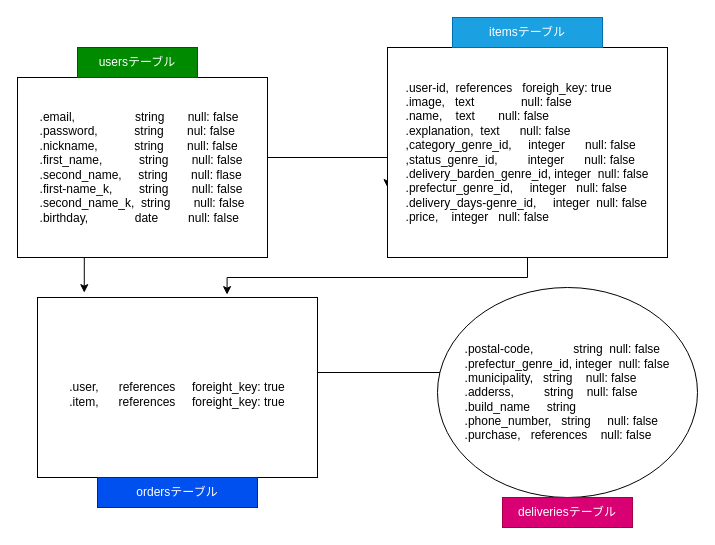
Before: furima.dio in okadahideya/furima-31743, a draw.io diagram. Source tidied: cells renumbered, new cells numbered last; positions are measured from the earlier drawing's top-left corner, leaving out a move shared by most shapes. Both pictures are drawn from the tidied source at 100%, with x=0, y=0 at pixel (17, 17).
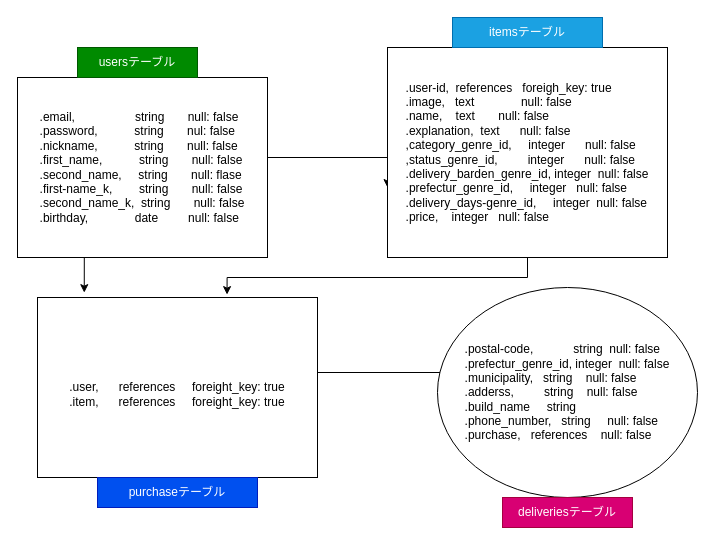
After the change.

What changed in the source:
```diff
@@
 <mxGraphModel>
   <root>
     <mxCell id="0" />
     <mxCell id="1" parent="0" />
     <mxCell id="2" style="edgeStyle=orthogonalEdgeStyle;rounded=0;jettySize=auto;html=1;exitX=1;exitY=0.5;exitDx=0;exitDy=0;entryX=0;entryY=0.667;entryDx=0;entryDy=0;entryPerimeter=0;" parent="1" edge="1" source="4" target="6">
       <mxGeometry relative="1" as="geometry">
         <Array as="points">
           <mxPoint x="250" y="140" />
         </Array>
       </mxGeometry>
     </mxCell>
     <mxCell id="3" style="edgeStyle=orthogonalEdgeStyle;rounded=0;jettySize=auto;html=1;exitX=0.25;exitY=1;exitDx=0;exitDy=0;entryX=0.167;entryY=-0.027;entryDx=0;entryDy=0;entryPerimeter=0;" parent="1" edge="1" source="4" target="8">
       <mxGeometry relative="1" as="geometry" />
     </mxCell>
     <mxCell id="4" value="&lt;div style=&quot;text-align: justify&quot;&gt;.email,&amp;nbsp; &amp;nbsp; &amp;nbsp; &amp;nbsp; &amp;nbsp; &amp;nbsp; &amp;nbsp; &amp;nbsp; &amp;nbsp; string&amp;nbsp; &amp;nbsp; &amp;nbsp; &amp;nbsp;null: false&lt;/div&gt;&lt;div style=&quot;text-align: justify&quot;&gt;&lt;span&gt;.password,&amp;nbsp; &amp;nbsp; &amp;nbsp; &amp;nbsp; &amp;nbsp; &amp;nbsp;string&amp;nbsp; &amp;nbsp; &amp;nbsp; &amp;nbsp;nul: false&lt;/span&gt;&lt;/div&gt;&lt;div style=&quot;text-align: justify&quot;&gt;&lt;span&gt;.nickname,&amp;nbsp; &amp;nbsp; &amp;nbsp; &amp;nbsp; &amp;nbsp; &amp;nbsp;string&amp;nbsp; &amp;nbsp; &amp;nbsp; &amp;nbsp;null: false&amp;nbsp;&lt;/span&gt;&lt;/div&gt;&lt;div style=&quot;text-align: justify&quot;&gt;&lt;span&gt;.first_name,&amp;nbsp; &amp;nbsp; &amp;nbsp; &amp;nbsp; &amp;nbsp; &amp;nbsp;string&amp;nbsp; &amp;nbsp; &amp;nbsp; &amp;nbsp;null: false&lt;/span&gt;&lt;/div&gt;&lt;div style=&quot;text-align: justify&quot;&gt;&lt;span&gt;.second_name,&amp;nbsp; &amp;nbsp; &amp;nbsp;string&amp;nbsp; &amp;nbsp; &amp;nbsp; &amp;nbsp;null: flase&lt;/span&gt;&lt;/div&gt;&lt;div style=&quot;text-align: justify&quot;&gt;&lt;span&gt;.first-name_k,&amp;nbsp; &amp;nbsp; &amp;nbsp; &amp;nbsp; string&amp;nbsp; &amp;nbsp; &amp;nbsp; &amp;nbsp;null: false&lt;/span&gt;&lt;/div&gt;&lt;div style=&quot;text-align: justify&quot;&gt;&lt;span&gt;.second_name_k,&amp;nbsp; string&amp;nbsp; &amp;nbsp; &amp;nbsp; &amp;nbsp;null: false&lt;/span&gt;&lt;/div&gt;&lt;div style=&quot;text-align: justify&quot;&gt;&lt;span&gt;.birthday,&amp;nbsp; &amp;nbsp; &amp;nbsp; &amp;nbsp; &amp;nbsp; &amp;nbsp; &amp;nbsp; date&amp;nbsp; &amp;nbsp; &amp;nbsp; &amp;nbsp; &amp;nbsp;null: false&lt;/span&gt;&lt;/div&gt;" style="whiteSpace=wrap;html=1;align=center;" parent="1" vertex="1">
       <mxGeometry y="60" width="250" height="180" as="geometry" />
     </mxCell>
     <mxCell id="5" style="edgeStyle=orthogonalEdgeStyle;rounded=0;jettySize=auto;html=1;exitX=0.5;exitY=1;exitDx=0;exitDy=0;entryX=0.677;entryY=-0.016;entryDx=0;entryDy=0;entryPerimeter=0;" parent="1" edge="1" source="6" target="8">
       <mxGeometry relative="1" as="geometry" />
     </mxCell>
     <mxCell id="6" value="&lt;blockquote style=&quot;margin: 0 0 0 40px ; border: none ; padding: 0px&quot;&gt;&lt;/blockquote&gt;&lt;span&gt;&lt;div style=&quot;text-align: justify&quot;&gt;&lt;span&gt;.user-id,&amp;nbsp; references&amp;nbsp; &amp;nbsp;foreigh_key: true&lt;/span&gt;&lt;/div&gt;&lt;/span&gt;&lt;blockquote style=&quot;margin: 0 0 0 40px ; border: none ; padding: 0px&quot;&gt;&lt;/blockquote&gt;&lt;span&gt;&lt;div style=&quot;text-align: justify&quot;&gt;&lt;span&gt;.image,&amp;nbsp; &amp;nbsp;text&amp;nbsp; &amp;nbsp; &amp;nbsp; &amp;nbsp; &amp;nbsp; &amp;nbsp; &amp;nbsp; null: false&lt;/span&gt;&lt;/div&gt;&lt;/span&gt;&lt;blockquote style=&quot;margin: 0 0 0 40px ; border: none ; padding: 0px&quot;&gt;&lt;/blockquote&gt;&lt;span&gt;&lt;div style=&quot;text-align: justify&quot;&gt;&lt;span&gt;.name,&amp;nbsp; &amp;nbsp; text&amp;nbsp; &amp;nbsp; &amp;nbsp; &amp;nbsp;null: false&lt;/span&gt;&lt;/div&gt;&lt;/span&gt;&lt;blockquote style=&quot;margin: 0 0 0 40px ; border: none ; padding: 0px&quot;&gt;&lt;/blockquote&gt;&lt;span&gt;&lt;div style=&quot;text-align: justify&quot;&gt;&lt;span&gt;.explanation,&amp;nbsp; text&amp;nbsp; &amp;nbsp; &amp;nbsp; null: false&lt;/span&gt;&lt;/div&gt;&lt;/span&gt;&lt;blockquote style=&quot;margin: 0 0 0 40px ; border: none ; padding: 0px&quot;&gt;&lt;/blockquote&gt;&lt;span&gt;&lt;div style=&quot;text-align: justify&quot;&gt;&lt;span&gt;,category_genre_id,&amp;nbsp; &amp;nbsp; &amp;nbsp;integer&amp;nbsp; &amp;nbsp; &amp;nbsp; null: false&lt;/span&gt;&lt;/div&gt;&lt;/span&gt;&lt;blockquote style=&quot;margin: 0 0 0 40px ; border: none ; padding: 0px&quot;&gt;&lt;/blockquote&gt;&lt;span&gt;&lt;div style=&quot;text-align: justify&quot;&gt;&lt;span&gt;,status_genre_id,&amp;nbsp; &amp;nbsp; &amp;nbsp; &amp;nbsp; &amp;nbsp;integer&amp;nbsp; &amp;nbsp; &amp;nbsp; null: false&lt;/span&gt;&lt;/div&gt;&lt;/span&gt;&lt;blockquote style=&quot;margin: 0 0 0 40px ; border: none ; padding: 0px&quot;&gt;&lt;/blockquote&gt;&lt;span&gt;&lt;div style=&quot;text-align: justify&quot;&gt;&lt;span&gt;.delivery_barden_genre_id, integer&amp;nbsp; null: false&lt;/span&gt;&lt;/div&gt;&lt;/span&gt;&lt;blockquote style=&quot;margin: 0 0 0 40px ; border: none ; padding: 0px&quot;&gt;&lt;/blockquote&gt;&lt;span&gt;&lt;div style=&quot;text-align: justify&quot;&gt;&lt;span&gt;.prefectur_genre_id,&amp;nbsp; &amp;nbsp; &amp;nbsp;integer&amp;nbsp; &amp;nbsp;null: false&lt;/span&gt;&lt;/div&gt;&lt;/span&gt;&lt;blockquote style=&quot;margin: 0 0 0 40px ; border: none ; padding: 0px&quot;&gt;&lt;/blockquote&gt;&lt;span&gt;&lt;div style=&quot;text-align: justify&quot;&gt;&lt;span&gt;.delivery_days-genre_id,&amp;nbsp; &amp;nbsp; &amp;nbsp;integer&amp;nbsp; null: false&lt;/span&gt;&lt;/div&gt;&lt;/span&gt;&lt;span&gt;&lt;div style=&quot;text-align: justify&quot;&gt;&lt;span&gt;.price,&amp;nbsp; &amp;nbsp; integer&amp;nbsp; &amp;nbsp;null: false&lt;/span&gt;&lt;/div&gt;&lt;/span&gt;" style="whiteSpace=wrap;html=1;" parent="1" vertex="1">
       <mxGeometry x="370" y="30" width="280" height="210" as="geometry" />
     </mxCell>
     <mxCell id="7" style="edgeStyle=orthogonalEdgeStyle;rounded=0;jettySize=auto;html=1;exitX=1;exitY=0.5;exitDx=0;exitDy=0;entryX=0;entryY=0.5;entryDx=0;entryDy=0;" parent="1" edge="1" source="8" target="9">
       <mxGeometry relative="1" as="geometry">
         <Array as="points">
           <mxPoint x="430" y="355" />
         </Array>
       </mxGeometry>
     </mxCell>
     <mxCell id="8" value="&lt;div style=&quot;text-align: justify&quot;&gt;&lt;br&gt;&lt;/div&gt;&lt;div style=&quot;text-align: justify&quot;&gt;&lt;span&gt;.user,&amp;nbsp; &amp;nbsp; &amp;nbsp; references&amp;nbsp; &amp;nbsp; &amp;nbsp;foreight_key: true&lt;/span&gt;&lt;/div&gt;&lt;div style=&quot;text-align: justify&quot;&gt;&lt;span&gt;.item,&amp;nbsp; &amp;nbsp; &amp;nbsp; references&amp;nbsp; &amp;nbsp; &amp;nbsp;foreight_key: true&lt;/span&gt;&lt;/div&gt;" style="whiteSpace=wrap;html=1;" parent="1" vertex="1">
       <mxGeometry x="20" y="280" width="280" height="180" as="geometry" />
     </mxCell>
     <mxCell id="9" value="&lt;div style=&quot;text-align: justify&quot;&gt;&lt;span&gt;.postal-code,&amp;nbsp; &amp;nbsp; &amp;nbsp; &amp;nbsp; &amp;nbsp; &amp;nbsp; string&amp;nbsp; null: false&lt;/span&gt;&lt;/div&gt;&lt;div style=&quot;text-align: justify&quot;&gt;&lt;span&gt;.prefectur_genre_id, integer&amp;nbsp; null: false&lt;/span&gt;&lt;/div&gt;&lt;div style=&quot;text-align: justify&quot;&gt;&lt;span&gt;.municipality,&amp;nbsp; &amp;nbsp;string&amp;nbsp; &amp;nbsp; null: false&lt;/span&gt;&lt;/div&gt;&lt;div style=&quot;text-align: justify&quot;&gt;&lt;span&gt;.adderss,&amp;nbsp; &amp;nbsp; &amp;nbsp; &amp;nbsp; &amp;nbsp;string&amp;nbsp; &amp;nbsp; null: false&lt;/span&gt;&lt;/div&gt;&lt;div style=&quot;text-align: justify&quot;&gt;&lt;span&gt;.build_name&amp;nbsp; &amp;nbsp; &amp;nbsp;string&lt;/span&gt;&lt;/div&gt;&lt;div style=&quot;text-align: justify&quot;&gt;&lt;span&gt;.phone_number,&amp;nbsp; &amp;nbsp;string&amp;nbsp; &amp;nbsp; &amp;nbsp;null: false&lt;/span&gt;&lt;/div&gt;&lt;div style=&quot;text-align: justify&quot;&gt;&lt;span&gt;.purchase,&amp;nbsp; &amp;nbsp;references&amp;nbsp; &amp;nbsp; null: false&lt;/span&gt;&lt;/div&gt;" style="ellipse;whiteSpace=wrap;html=1;" parent="1" vertex="1">
       <mxGeometry x="420" y="270" width="260" height="210" as="geometry" />
     </mxCell>
     <mxCell id="10" value="usersテーブル" style="whiteSpace=wrap;html=1;fillColor=#008a00;strokeColor=#005700;fontColor=#ffffff;" parent="1" vertex="1">
       <mxGeometry x="60" y="30" width="120" height="30" as="geometry" />
     </mxCell>
     <mxCell id="11" value="itemsテーブル" style="whiteSpace=wrap;html=1;fillColor=#1ba1e2;strokeColor=#006EAF;fontColor=#ffffff;" parent="1" vertex="1">
       <mxGeometry x="435" width="150" height="30" as="geometry" />
     </mxCell>
-    <mxCell id="12" value="ordersテーブル" style="whiteSpace=wrap;html=1;fillColor=#0050ef;strokeColor=#001DBC;fontColor=#ffffff;" parent="1" vertex="1">
+    <mxCell id="12" value="purchaseテーブル" style="whiteSpace=wrap;html=1;fillColor=#0050ef;strokeColor=#001DBC;fontColor=#ffffff;" parent="1" vertex="1">
       <mxGeometry x="80" y="460" width="160" height="30" as="geometry" />
     </mxCell>
     <mxCell id="13" value="deliveriesテーブル" style="whiteSpace=wrap;html=1;fillColor=#d80073;strokeColor=#A50040;fontColor=#ffffff;" parent="1" vertex="1">
       <mxGeometry x="485" y="480" width="130" height="30" as="geometry" />
     </mxCell>
   </root>
 </mxGraphModel>
```
